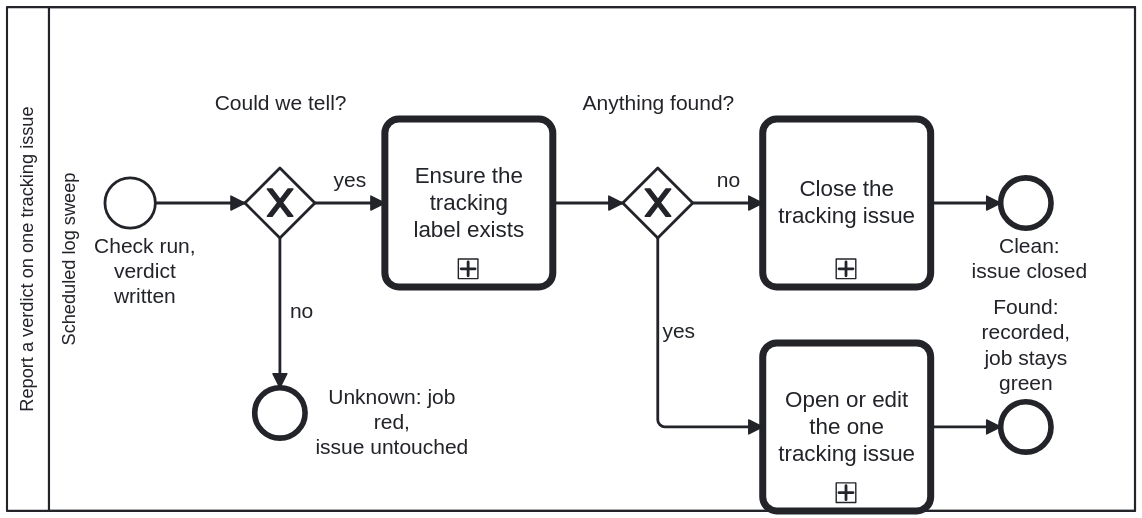
The BPMN diagram docs/assets/img/workflows/tracked-watch.svg in litlfred/cat-harness, before a commit. Its source is kept beside it as processes/sdlc/tracked-watch.bpmn. Ids are renumbered.
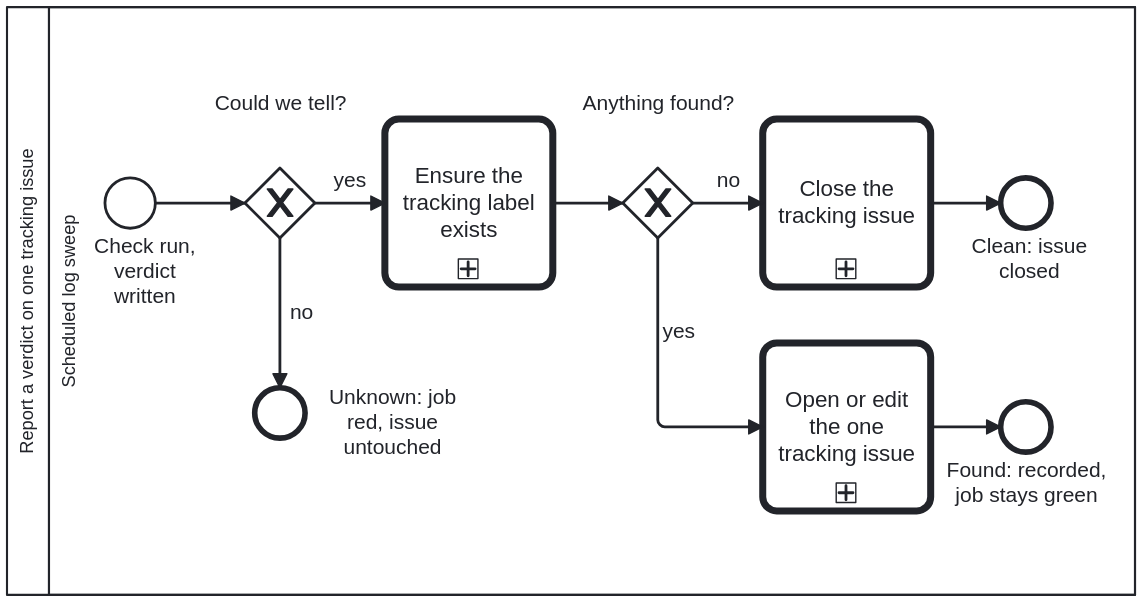
The same file after the commit.

Commit message:
Let the renderer wrap G2 names; fit the tracked-watch pool

The edit, as a diff of the source:
```diff
@@ -43,7 +43,7 @@
         <bpmn:flowNodeRef>End_Found</bpmn:flowNodeRef>
       </bpmn:lane>
     </bpmn:laneSet>
-    <bpmn:startEvent id="Start_Verdict" name="Check run,&#10;verdict written">
+    <bpmn:startEvent id="Start_Verdict" name="Check run, verdict written">
       <bpmn:documentation>The calling watch's check has run and written its verdict: clean, findings, or unknown.</bpmn:documentation>
       <bpmn:outgoing>Flow_TW_1</bpmn:outgoing>
     </bpmn:startEvent>
@@ -53,10 +53,10 @@
       <bpmn:outgoing>Flow_TW_2</bpmn:outgoing>
       <bpmn:outgoing>Flow_TW_3</bpmn:outgoing>
     </bpmn:exclusiveGateway>
-    <bpmn:endEvent id="End_Unknown" name="Unknown: job red,&#10;issue untouched">
+    <bpmn:endEvent id="End_Unknown" name="Unknown: job red, issue untouched">
       <bpmn:incoming>Flow_TW_2</bpmn:incoming>
     </bpmn:endEvent>
-    <bpmn:callActivity id="Task_Label" name="Ensure the tracking&#10;label exists" calledElement="GT_EnsureTrackingLabel">
+    <bpmn:callActivity id="Task_Label" name="Ensure the tracking label exists" calledElement="GT_EnsureTrackingLabel">
       <bpmn:incoming>Flow_TW_3</bpmn:incoming>
       <bpmn:outgoing>Flow_TW_4</bpmn:outgoing>
 
@@ -76,7 +76,7 @@
       <bpmn:outgoing>Flow_TW_5</bpmn:outgoing>
       <bpmn:outgoing>Flow_TW_7</bpmn:outgoing>
     </bpmn:exclusiveGateway>
-    <bpmn:callActivity id="Task_Close" name="Close the&#10;tracking issue" calledElement="GT_CloseTrackingIssue">
+    <bpmn:callActivity id="Task_Close" name="Close the tracking issue" calledElement="GT_CloseTrackingIssue">
       <bpmn:incoming>Flow_TW_5</bpmn:incoming>
       <bpmn:outgoing>Flow_TW_6</bpmn:outgoing>
 
@@ -90,10 +90,10 @@
         <bpmn:targetRef>Task_Close_label</bpmn:targetRef>
       </bpmn:dataInputAssociation>
     </bpmn:callActivity>
-    <bpmn:endEvent id="End_Clean" name="Clean:&#10;issue closed">
+    <bpmn:endEvent id="End_Clean" name="Clean: issue closed">
       <bpmn:incoming>Flow_TW_6</bpmn:incoming>
     </bpmn:endEvent>
-    <bpmn:callActivity id="Task_Track" name="Open or edit the one&#10;tracking issue" calledElement="GT_TrackIssue">
+    <bpmn:callActivity id="Task_Track" name="Open or edit the one tracking issue" calledElement="GT_TrackIssue">
       <bpmn:incoming>Flow_TW_7</bpmn:incoming>
       <bpmn:outgoing>Flow_TW_8</bpmn:outgoing>
 
@@ -107,7 +107,7 @@
         <bpmn:targetRef>Task_Track_label</bpmn:targetRef>
       </bpmn:dataInputAssociation>
     </bpmn:callActivity>
-    <bpmn:endEvent id="End_Found" name="Found: recorded,&#10;job stays green">
+    <bpmn:endEvent id="End_Found" name="Found: recorded, job stays green">
       <bpmn:incoming>Flow_TW_8</bpmn:incoming>
     </bpmn:endEvent>
     <bpmn:sequenceFlow id="Flow_TW_1" sourceRef="Start_Verdict" targetRef="GW_Determined"/>
@@ -122,10 +122,10 @@
   <bpmndi:BPMNDiagram id="Diagram_Process_TrackedWatch">
     <bpmndi:BPMNPlane id="Plane_Process_TrackedWatch" bpmnElement="Collaboration_Process_TrackedWatch">
       <bpmndi:BPMNShape id="Shape_Participant_Process_TrackedWatch" bpmnElement="Participant_Process_TrackedWatch" isHorizontal="true">
-        <dc:Bounds x="60" y="60" width="806" height="360"/>
+        <dc:Bounds x="60" y="60" width="806" height="420"/>
       </bpmndi:BPMNShape>
       <bpmndi:BPMNShape id="Shape_Lane_Ci" bpmnElement="Lane_Ci" isHorizontal="true">
-        <dc:Bounds x="90" y="60" width="776" height="360"/>
+        <dc:Bounds x="90" y="60" width="776" height="420"/>
       </bpmndi:BPMNShape>
       <bpmndi:BPMNShape id="Shape_Start_Verdict" bpmnElement="Start_Verdict">
         <dc:Bounds x="130" y="182" width="36" height="36"/>
@@ -133,32 +133,32 @@
       </bpmndi:BPMNShape>
       <bpmndi:BPMNShape id="Shape_GW_Determined" bpmnElement="GW_Determined" isMarkerVisible="true">
         <dc:Bounds x="230" y="175" width="50" height="50"/>
-        <bpmndi:BPMNLabel><dc:Bounds x="205" y="120" width="100" height="40"/></bpmndi:BPMNLabel>
+        <bpmndi:BPMNLabel><dc:Bounds x="195" y="120" width="120" height="40"/></bpmndi:BPMNLabel>
       </bpmndi:BPMNShape>
       <bpmndi:BPMNShape id="Shape_End_Unknown" bpmnElement="End_Unknown">
         <dc:Bounds x="237" y="332" width="36" height="36"/>
-        <bpmndi:BPMNLabel><dc:Bounds x="280" y="330" width="110" height="40"/></bpmndi:BPMNLabel>
+        <bpmndi:BPMNLabel><dc:Bounds x="275" y="330" width="120" height="40"/></bpmndi:BPMNLabel>
       </bpmndi:BPMNShape>
       <bpmndi:BPMNShape id="Shape_Task_Label" bpmnElement="Task_Label">
         <dc:Bounds x="330" y="140" width="120" height="120"/>
       </bpmndi:BPMNShape>
       <bpmndi:BPMNShape id="Shape_GW_Finding" bpmnElement="GW_Finding" isMarkerVisible="true">
         <dc:Bounds x="500" y="175" width="50" height="50"/>
-        <bpmndi:BPMNLabel><dc:Bounds x="470" y="120" width="110" height="40"/></bpmndi:BPMNLabel>
+        <bpmndi:BPMNLabel><dc:Bounds x="465" y="120" width="120" height="40"/></bpmndi:BPMNLabel>
       </bpmndi:BPMNShape>
       <bpmndi:BPMNShape id="Shape_Task_Close" bpmnElement="Task_Close">
         <dc:Bounds x="600" y="140" width="120" height="120"/>
       </bpmndi:BPMNShape>
       <bpmndi:BPMNShape id="Shape_End_Clean" bpmnElement="End_Clean">
         <dc:Bounds x="770" y="182" width="36" height="36"/>
-        <bpmndi:BPMNLabel><dc:Bounds x="750" y="222" width="80" height="40"/></bpmndi:BPMNLabel>
+        <bpmndi:BPMNLabel><dc:Bounds x="730" y="222" width="120" height="40"/></bpmndi:BPMNLabel>
       </bpmndi:BPMNShape>
       <bpmndi:BPMNShape id="Shape_Task_Track" bpmnElement="Task_Track">
         <dc:Bounds x="600" y="300" width="120" height="120"/>
       </bpmndi:BPMNShape>
       <bpmndi:BPMNShape id="Shape_End_Found" bpmnElement="End_Found">
         <dc:Bounds x="770" y="342" width="36" height="36"/>
-        <bpmndi:BPMNLabel><dc:Bounds x="738" y="266" width="100" height="72" /></bpmndi:BPMNLabel>
+        <bpmndi:BPMNLabel><dc:Bounds x="728" y="382" width="120" height="40"/></bpmndi:BPMNLabel>
       </bpmndi:BPMNShape>
       <bpmndi:BPMNEdge id="Edge_Flow_TW_1" bpmnElement="Flow_TW_1">
         <di:waypoint x="166" y="200"/>
```
